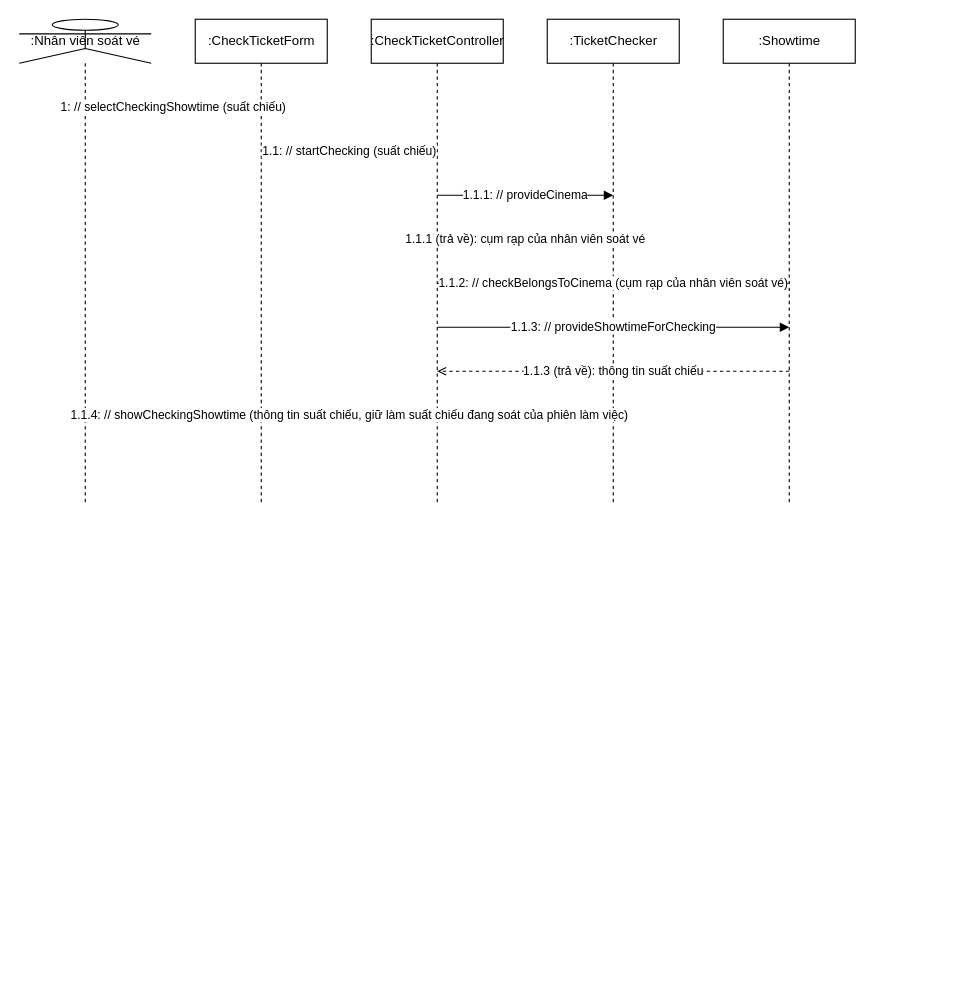
Above: page "SD1a - Luồng chính bước 1 đến 2 và luồng 2a" (1 of 2) of design/diagrams/P07-sequence-UC-009.drawio in luytbq/app-dat-ve-xem-phim (draw.io), before the change. Source tidied: cells renumbered, new cells numbered last; positions are measured from the earlier drawing's top-left corner, leaving out a move shared by most shapes. Both pictures are drawn from the tidied source at 110%, with x=0, y=0 at pixel (19, 19).
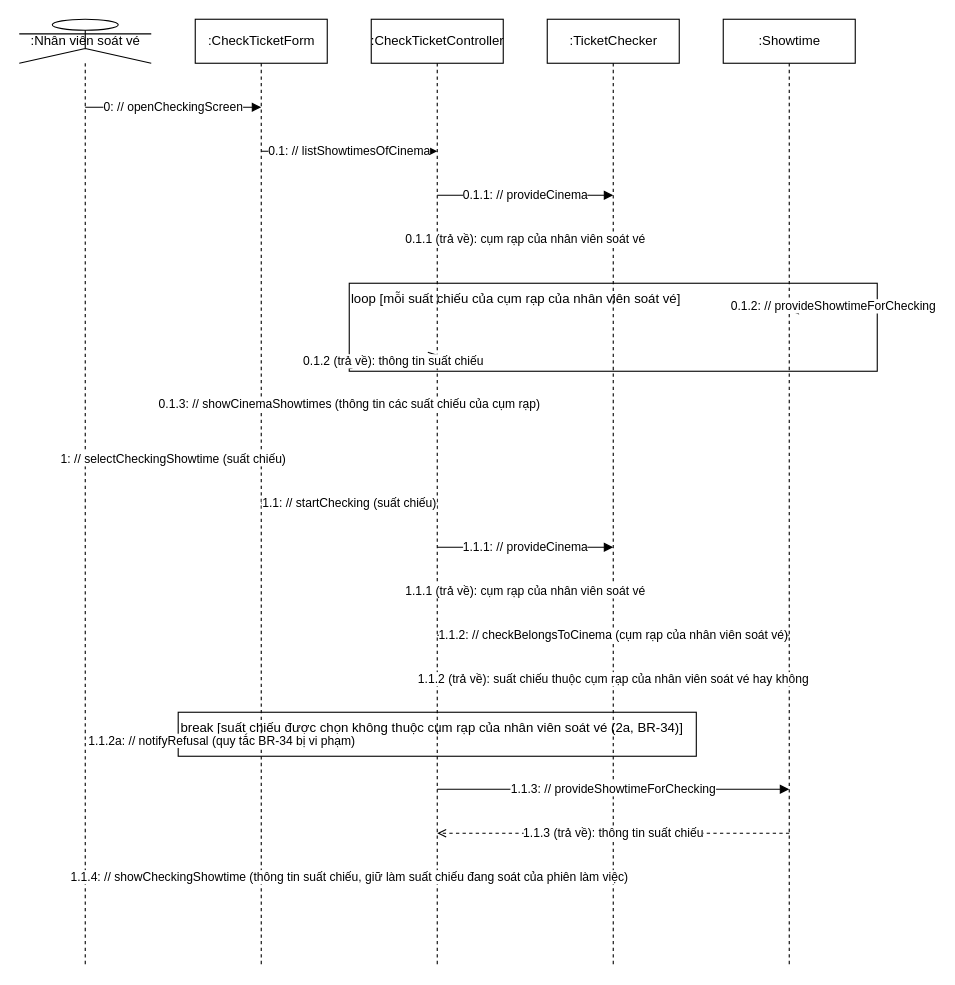
The same page after the edit.

Change to the diagram source:
```diff
@@
     <mxCell id="2" value=":Nhân viên soát vé" style="shape=umlLifeline;participant=umlActor;perimeter=lifelinePerimeter;html=1;" parent="1" vertex="1">
-      <mxGeometry width="120" height="440" as="geometry" />
+      <mxGeometry width="120" height="860" as="geometry" />
     </mxCell>
     <mxCell id="3" value=":CheckTicketForm" style="shape=umlLifeline;perimeter=lifelinePerimeter;html=1;" parent="1" vertex="1">
-      <mxGeometry x="160" width="120" height="440" as="geometry" />
+      <mxGeometry x="160" width="120" height="860" as="geometry" />
     </mxCell>
     <mxCell id="4" value=":CheckTicketController" style="shape=umlLifeline;perimeter=lifelinePerimeter;html=1;" parent="1" vertex="1">
-      <mxGeometry x="320" width="120" height="440" as="geometry" />
+      <mxGeometry x="320" width="120" height="860" as="geometry" />
     </mxCell>
     <mxCell id="5" value=":TicketChecker" style="shape=umlLifeline;perimeter=lifelinePerimeter;html=1;" parent="1" vertex="1">
-      <mxGeometry x="480" width="120" height="440" as="geometry" />
+      <mxGeometry x="480" width="120" height="860" as="geometry" />
     </mxCell>
     <mxCell id="6" value=":Showtime" style="shape=umlLifeline;perimeter=lifelinePerimeter;html=1;" parent="1" vertex="1">
-      <mxGeometry x="640" width="120" height="440" as="geometry" />
+      <mxGeometry x="640" width="120" height="860" as="geometry" />
     </mxCell>
     <mxCell id="7" value="1: // selectCheckingShowtime (suất chiếu)" style="endArrow=block;endFill=1;html=1;" parent="1" edge="1">
       <mxGeometry relative="1" as="geometry">
-        <mxPoint x="60" y="80" as="sourcePoint" />
-        <mxPoint x="220" y="80" as="targetPoint" />
+        <mxPoint x="60" y="400" as="sourcePoint" />
+        <mxPoint x="220" y="400" as="targetPoint" />
       </mxGeometry>
     </mxCell>
     <mxCell id="8" value="1.1: // startChecking (suất chiếu)" style="endArrow=block;endFill=1;html=1;" parent="1" edge="1">
       <mxGeometry relative="1" as="geometry">
-        <mxPoint x="220" y="120" as="sourcePoint" />
-        <mxPoint x="380" y="120" as="targetPoint" />
+        <mxPoint x="220" y="440" as="sourcePoint" />
+        <mxPoint x="380" y="440" as="targetPoint" />
       </mxGeometry>
     </mxCell>
     <mxCell id="9" value="1.1.1: // provideCinema" style="endArrow=block;endFill=1;html=1;" parent="1" edge="1">
       <mxGeometry relative="1" as="geometry">
-        <mxPoint x="380" y="160" as="sourcePoint" />
-        <mxPoint x="540" y="160" as="targetPoint" />
+        <mxPoint x="380" y="480" as="sourcePoint" />
+        <mxPoint x="540" y="480" as="targetPoint" />
       </mxGeometry>
     </mxCell>
     <mxCell id="10" value="1.1.1 (trả về): cụm rạp của nhân viên soát vé" style="endArrow=open;dashed=1;html=1;" parent="1" edge="1">
       <mxGeometry relative="1" as="geometry">
-        <mxPoint x="540" y="200" as="sourcePoint" />
-        <mxPoint x="380" y="200" as="targetPoint" />
+        <mxPoint x="540" y="520" as="sourcePoint" />
+        <mxPoint x="380" y="520" as="targetPoint" />
       </mxGeometry>
     </mxCell>
     <mxCell id="11" value="1.1.2: // checkBelongsToCinema (cụm rạp của nhân viên soát vé)" style="endArrow=block;endFill=1;html=1;" parent="1" edge="1">
       <mxGeometry relative="1" as="geometry">
-        <mxPoint x="380" y="240" as="sourcePoint" />
-        <mxPoint x="700" y="240" as="targetPoint" />
+        <mxPoint x="380" y="560" as="sourcePoint" />
+        <mxPoint x="700" y="560" as="targetPoint" />
       </mxGeometry>
     </mxCell>
     <mxCell id="12" value="1.1.3: // provideShowtimeForChecking" style="endArrow=block;endFill=1;html=1;" parent="1" edge="1">
       <mxGeometry relative="1" as="geometry">
-        <mxPoint x="380" y="280" as="sourcePoint" />
-        <mxPoint x="700" y="280" as="targetPoint" />
+        <mxPoint x="380" y="700" as="sourcePoint" />
+        <mxPoint x="700" y="700" as="targetPoint" />
       </mxGeometry>
     </mxCell>
     <mxCell id="13" value="1.1.3 (trả về): thông tin suất chiếu" style="endArrow=open;dashed=1;html=1;" parent="1" edge="1">
       <mxGeometry relative="1" as="geometry">
-        <mxPoint x="700" y="320" as="sourcePoint" />
-        <mxPoint x="380" y="320" as="targetPoint" />
+        <mxPoint x="700" y="740" as="sourcePoint" />
+        <mxPoint x="380" y="740" as="targetPoint" />
       </mxGeometry>
     </mxCell>
     <mxCell id="14" value="1.1.4: // showCheckingShowtime (thông tin suất chiếu, giữ làm suất chiếu đang soát của phiên làm việc)" style="endArrow=block;endFill=1;html=1;" parent="1" edge="1">
       <mxGeometry relative="1" as="geometry">
-        <mxPoint x="380" y="360" as="sourcePoint" />
-        <mxPoint x="220" y="360" as="targetPoint" />
+        <mxPoint x="380" y="780" as="sourcePoint" />
+        <mxPoint x="220" y="780" as="targetPoint" />
       </mxGeometry>
     </mxCell>
+    <mxCell id="15" value="loop [mỗi suất chiếu của cụm rạp của nhân viên soát vé]" style="rounded=0;whiteSpace=wrap;html=1;fillColor=none;align=left;verticalAlign=top;" parent="1" vertex="1">
+      <mxGeometry x="300" y="240" width="480" height="80" as="geometry" />
+    </mxCell>
+    <mxCell id="16" value="0: // openCheckingScreen" style="endArrow=block;endFill=1;html=1;" parent="1" edge="1">
+      <mxGeometry relative="1" as="geometry">
+        <mxPoint x="60" y="80" as="sourcePoint" />
+        <mxPoint x="220" y="80" as="targetPoint" />
+      </mxGeometry>
+    </mxCell>
+    <mxCell id="17" value="0.1: // listShowtimesOfCinema" style="endArrow=block;endFill=1;html=1;" parent="1" edge="1">
+      <mxGeometry relative="1" as="geometry">
+        <mxPoint x="220" y="120" as="sourcePoint" />
+        <mxPoint x="380" y="120" as="targetPoint" />
+      </mxGeometry>
+    </mxCell>
+    <mxCell id="18" value="0.1.1: // provideCinema" style="endArrow=block;endFill=1;html=1;" parent="1" edge="1">
+      <mxGeometry relative="1" as="geometry">
+        <mxPoint x="380" y="160" as="sourcePoint" />
+        <mxPoint x="540" y="160" as="targetPoint" />
+      </mxGeometry>
+    </mxCell>
+    <mxCell id="19" value="0.1.1 (trả về): cụm rạp của nhân viên soát vé" style="endArrow=open;dashed=1;html=1;" parent="1" edge="1">
+      <mxGeometry relative="1" as="geometry">
+        <mxPoint x="540" y="200" as="sourcePoint" />
+        <mxPoint x="380" y="200" as="targetPoint" />
+      </mxGeometry>
+    </mxCell>
+    <mxCell id="20" value="0.1.2: // provideShowtimeForChecking" style="endArrow=block;endFill=1;html=1;" parent="1" edge="1" source="15">
+      <mxGeometry relative="1" as="geometry">
+        <mxPoint x="700" y="265" as="targetPoint" />
+      </mxGeometry>
+    </mxCell>
+    <mxCell id="21" value="0.1.2 (trả về): thông tin suất chiếu" style="endArrow=open;dashed=1;html=1;" parent="1" edge="1" source="15">
+      <mxGeometry relative="1" as="geometry">
+        <mxPoint x="380" y="305" as="targetPoint" />
+      </mxGeometry>
+    </mxCell>
+    <mxCell id="22" value="0.1.3: // showCinemaShowtimes (thông tin các suất chiếu của cụm rạp)" style="endArrow=block;endFill=1;html=1;" parent="1" edge="1">
+      <mxGeometry relative="1" as="geometry">
+        <mxPoint x="380" y="350" as="sourcePoint" />
+        <mxPoint x="220" y="350" as="targetPoint" />
+      </mxGeometry>
+    </mxCell>
+    <mxCell id="23" value="1.1.2 (trả về): suất chiếu thuộc cụm rạp của nhân viên soát vé hay không" style="endArrow=open;dashed=1;html=1;" parent="1" edge="1">
+      <mxGeometry relative="1" as="geometry">
+        <mxPoint x="700" y="600" as="sourcePoint" />
+        <mxPoint x="380" y="600" as="targetPoint" />
+      </mxGeometry>
+    </mxCell>
+    <mxCell id="24" value="break [suất chiếu được chọn không thuộc cụm rạp của nhân viên soát vé (2a, BR-34)]" style="rounded=0;whiteSpace=wrap;html=1;fillColor=none;align=left;verticalAlign=top;" parent="1" vertex="1">
+      <mxGeometry x="144.5" y="630" width="471" height="40" as="geometry" />
+    </mxCell>
+    <mxCell id="25" value="1.1.2a: // notifyRefusal (quy tắc BR-34 bị vi phạm)" style="endArrow=block;endFill=1;html=1;" parent="1" edge="1" source="24">
+      <mxGeometry relative="1" as="geometry">
+        <mxPoint x="224.5" y="655" as="targetPoint" />
+      </mxGeometry>
+    </mxCell>
```
